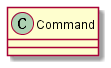
This is T/software-craft/design-pattern/command/command_class.png from tcfh2016/knowledge-map, a PlantUML export, as it was before one commit. Source of this version:
```plantuml
@startuml

class Command {

}

@enduml
```
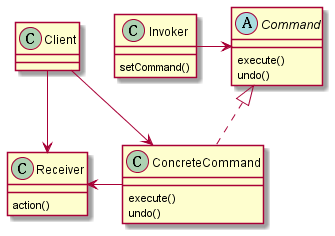
After the commit.

Diff of the diagram source:
```diff
@@ -1,7 +1,36 @@
 @startuml
 
-class Command {
+
+abstract Command {
+  execute()
+  undo()
+}
+
+class ConcreteCommand {
+  execute()
+  undo()
+}
+
+class Receiver {
+  action()
+}
+
+Command <|.. ConcreteCommand
+Receiver <- ConcreteCommand
+
+
+class Invoker {
+  setCommand()
+}
+
+Invoker -> Command
+
+
+class Client {
 
 }
 
+Client --> Receiver
+Client --> ConcreteCommand
+
 @enduml
```
